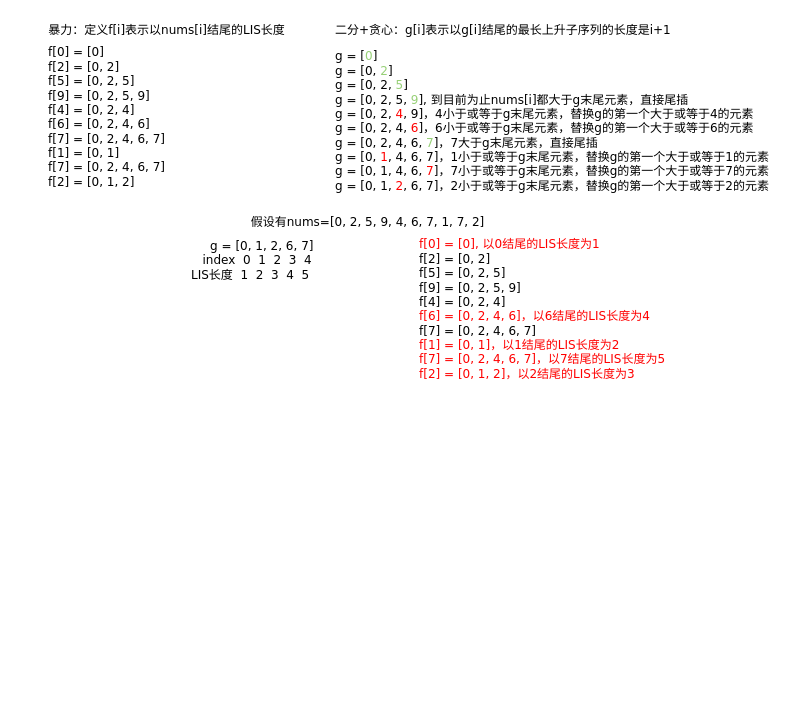
This is 算法/LIS.drawio from xyshawy/DRAW, a draw.io file, before an edit. Source tidied: cells renumbered, new cells numbered last; positions are measured from the earlier drawing's top-left corner, leaving out a move shared by most shapes. Both pictures are drawn from the tidied source at 100%, with x=0, y=0 at pixel (17, 17).
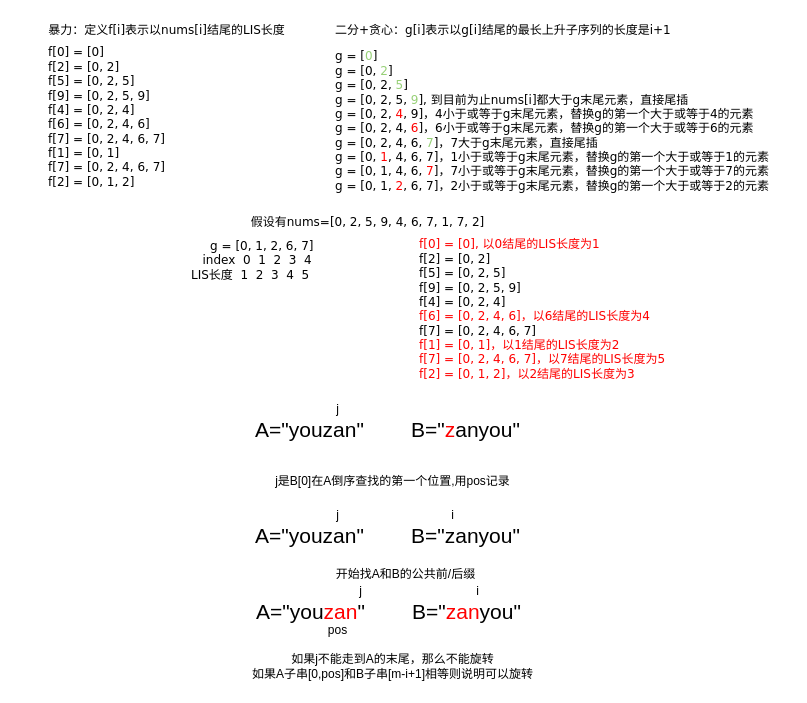
After the change.

Diff of the diagram source:
```diff
@@
+    <mxCell id="9" value="&lt;div style=&quot;font-size: 21px;&quot;&gt;&lt;span style=&quot;font-family: Ri8xbd_C4Ftpmw6WuF31; background-color: initial; font-size: 21px;&quot;&gt;A=&quot;youzan&quot;&lt;/span&gt;&lt;br style=&quot;font-size: 21px;&quot;&gt;&lt;/div&gt;" style="text;html=1;align=left;verticalAlign=middle;strokeColor=none;fillColor=none;fontSize=21;" parent="1" vertex="1">
+      <mxGeometry x="236" y="393" width="138" height="38" as="geometry" />
+    </mxCell>
+    <mxCell id="10" value="&lt;div style=&quot;font-size: 21px;&quot;&gt;&lt;span style=&quot;font-family: Ri8xbd_C4Ftpmw6WuF31; background-color: initial; font-size: 21px;&quot;&gt;B=&quot;&lt;font color=&quot;#ff0000&quot;&gt;z&lt;/font&gt;anyou&quot;&lt;/span&gt;&lt;br style=&quot;font-size: 21px;&quot;&gt;&lt;/div&gt;" style="text;html=1;align=left;verticalAlign=middle;strokeColor=none;fillColor=none;fontSize=21;" parent="1" vertex="1">
+      <mxGeometry x="392" y="393" width="137" height="38" as="geometry" />
+    </mxCell>
+    <mxCell id="11" value="j是B[0]在A倒序查找的第一个位置,用pos记录" style="text;html=1;align=center;verticalAlign=middle;strokeColor=none;fillColor=none;" parent="1" vertex="1">
+      <mxGeometry x="248" y="451" width="253" height="26" as="geometry" />
+    </mxCell>
+    <mxCell id="12" value="j" style="text;html=1;align=center;verticalAlign=middle;strokeColor=none;fillColor=none;" parent="1" vertex="1">
+      <mxGeometry x="309" y="379" width="21" height="26" as="geometry" />
+    </mxCell>
+    <mxCell id="13" value="&lt;div style=&quot;font-size: 21px;&quot;&gt;&lt;span style=&quot;font-family: Ri8xbd_C4Ftpmw6WuF31; background-color: initial; font-size: 21px;&quot;&gt;A=&quot;youzan&quot;&lt;/span&gt;&lt;br style=&quot;font-size: 21px;&quot;&gt;&lt;/div&gt;" style="text;html=1;align=left;verticalAlign=middle;strokeColor=none;fillColor=none;fontSize=21;" parent="1" vertex="1">
+      <mxGeometry x="236" y="499" width="138" height="38" as="geometry" />
+    </mxCell>
+    <mxCell id="14" value="&lt;div style=&quot;font-size: 21px;&quot;&gt;&lt;span style=&quot;font-family: Ri8xbd_C4Ftpmw6WuF31; background-color: initial; font-size: 21px;&quot;&gt;B=&quot;zanyou&quot;&lt;/span&gt;&lt;br style=&quot;font-size: 21px;&quot;&gt;&lt;/div&gt;" style="text;html=1;align=left;verticalAlign=middle;strokeColor=none;fillColor=none;fontSize=21;" parent="1" vertex="1">
+      <mxGeometry x="392" y="499" width="136" height="38" as="geometry" />
+    </mxCell>
+    <mxCell id="15" value="j" style="text;html=1;align=center;verticalAlign=middle;strokeColor=none;fillColor=none;" parent="1" vertex="1">
+      <mxGeometry x="309" y="485" width="21" height="26" as="geometry" />
+    </mxCell>
+    <mxCell id="16" value="开始找A和B的公共前/后缀" style="text;html=1;align=center;verticalAlign=middle;strokeColor=none;fillColor=none;" parent="1" vertex="1">
+      <mxGeometry x="309" y="544" width="157" height="26" as="geometry" />
+    </mxCell>
+    <mxCell id="17" value="i" style="text;html=1;align=center;verticalAlign=middle;strokeColor=none;fillColor=none;" parent="1" vertex="1">
+      <mxGeometry x="424" y="485" width="21" height="26" as="geometry" />
+    </mxCell>
+    <mxCell id="18" value="&lt;div style=&quot;font-size: 21px;&quot;&gt;&lt;span style=&quot;font-family: Ri8xbd_C4Ftpmw6WuF31; background-color: initial; font-size: 21px;&quot;&gt;A=&quot;you&lt;font color=&quot;#ff0000&quot;&gt;zan&lt;/font&gt;&quot;&lt;/span&gt;&lt;br style=&quot;font-size: 21px;&quot;&gt;&lt;/div&gt;" style="text;html=1;align=left;verticalAlign=middle;strokeColor=none;fillColor=none;fontSize=21;" parent="1" vertex="1">
+      <mxGeometry x="237" y="575" width="138" height="38" as="geometry" />
+    </mxCell>
+    <mxCell id="19" value="&lt;div style=&quot;font-size: 21px;&quot;&gt;&lt;span style=&quot;font-family: Ri8xbd_C4Ftpmw6WuF31; background-color: initial; font-size: 21px;&quot;&gt;B=&quot;&lt;font color=&quot;#ff0000&quot;&gt;zan&lt;/font&gt;you&quot;&lt;/span&gt;&lt;br style=&quot;font-size: 21px;&quot;&gt;&lt;/div&gt;" style="text;html=1;align=left;verticalAlign=middle;strokeColor=none;fillColor=none;fontSize=21;" parent="1" vertex="1">
+      <mxGeometry x="393" y="575" width="137" height="38" as="geometry" />
+    </mxCell>
+    <mxCell id="20" value="j" style="text;html=1;align=center;verticalAlign=middle;strokeColor=none;fillColor=none;" parent="1" vertex="1">
+      <mxGeometry x="332" y="561" width="21" height="26" as="geometry" />
+    </mxCell>
+    <mxCell id="21" value="i" style="text;html=1;align=center;verticalAlign=middle;strokeColor=none;fillColor=none;" parent="1" vertex="1">
+      <mxGeometry x="449.5" y="561" width="21" height="26" as="geometry" />
+    </mxCell>
+    <mxCell id="22" value="pos" style="text;html=1;align=center;verticalAlign=middle;strokeColor=none;fillColor=none;" parent="1" vertex="1">
+      <mxGeometry x="301" y="600" width="37" height="26" as="geometry" />
+    </mxCell>
+    <mxCell id="23" value="&lt;div&gt;如果j不能走到A的末尾，那么不能旋转&lt;/div&gt;如果A子串[0,pos]和B子串[m-i+1]相等则说明可以旋转" style="text;html=1;align=center;verticalAlign=middle;strokeColor=none;fillColor=none;" parent="1" vertex="1">
+      <mxGeometry x="225" y="628" width="299" height="41" as="geometry" />
+    </mxCell>
```
